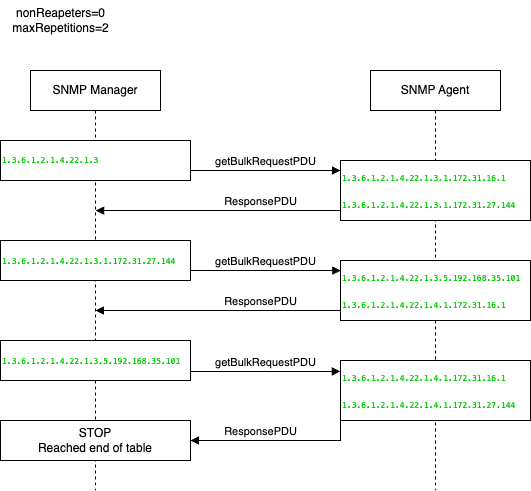
Above: docs/images/request_pdu_flow.png in splunk/splunk-connect-for-snmp (draw.io), before the change. Source tidied: cells renumbered, new cells last; positions are measured from the earlier drawing's top-left corner, leaving out a move shared by most shapes. Its diagram source:
```xml
<mxGraphModel>
  <root>
    <mxCell id="0" />
    <mxCell id="1" parent="0" />
    <mxCell id="2" value="SNMP Manager" style="shape=umlLifeline;perimeter=lifelinePerimeter;whiteSpace=wrap;html=1;newEdgeStyle={&quot;edgeStyle&quot;:&quot;elbowEdgeStyle&quot;,&quot;elbow&quot;:&quot;vertical&quot;,&quot;curved&quot;:0,&quot;rounded&quot;:0};" parent="1" vertex="1">
      <mxGeometry x="30" y="70" width="130" height="420" as="geometry" />
    </mxCell>
    <mxCell id="3" value="SNMP Agent" style="shape=umlLifeline;perimeter=lifelinePerimeter;whiteSpace=wrap;html=1;newEdgeStyle={&quot;edgeStyle&quot;:&quot;elbowEdgeStyle&quot;,&quot;elbow&quot;:&quot;vertical&quot;,&quot;curved&quot;:0,&quot;rounded&quot;:0};" parent="1" vertex="1">
      <mxGeometry x="370" y="70" width="130" height="420" as="geometry" />
    </mxCell>
    <mxCell id="4" value="getBulkRequestPDU" style="html=1;verticalAlign=bottom;endArrow=block;edgeStyle=elbowEdgeStyle;elbow=vertical;curved=0;rounded=0;" parent="1" edge="1">
      <mxGeometry relative="1" as="geometry">
        <mxPoint x="190" y="170" as="sourcePoint" />
        <mxPoint x="340" y="170" as="targetPoint" />
        <Array as="points">
          <mxPoint x="260" y="170" />
        </Array>
      </mxGeometry>
    </mxCell>
    <mxCell id="5" value="ResponsePDU" style="html=1;verticalAlign=bottom;endArrow=block;edgeStyle=elbowEdgeStyle;elbow=vertical;curved=0;rounded=0;" parent="1" edge="1">
      <mxGeometry x="0.07" relative="1" as="geometry">
        <mxPoint x="230" y="210" as="sourcePoint" />
        <mxPoint x="95.2" y="210" as="targetPoint" />
        <Array as="points">
          <mxPoint x="340" y="210" />
          <mxPoint x="240" y="220" />
          <mxPoint x="235" y="240" />
        </Array>
      </mxGeometry>
    </mxCell>
    <mxCell id="6" value="&lt;div style=&quot;font-size: 8px;&quot;&gt;&lt;pre style=&quot;&quot;&gt;&lt;font color=&quot;#00cc00&quot;&gt;1.3.6.1.2.1.4.22.1.3&lt;/font&gt;&lt;br&gt;&lt;/pre&gt;&lt;/div&gt;" style="html=1;whiteSpace=wrap;align=left;" parent="1" vertex="1">
      <mxGeometry y="140" width="190" height="40" as="geometry" />
    </mxCell>
    <mxCell id="7" value="getBulkRequestPDU" style="html=1;verticalAlign=bottom;endArrow=block;edgeStyle=elbowEdgeStyle;elbow=vertical;curved=0;rounded=0;entryX=0.002;entryY=0.157;entryDx=0;entryDy=0;entryPerimeter=0;exitX=1;exitY=0.75;exitDx=0;exitDy=0;" parent="1" edge="1" source="9" target="10">
      <mxGeometry relative="1" as="geometry">
        <Array as="points">
          <mxPoint x="260" y="270" />
        </Array>
      </mxGeometry>
    </mxCell>
    <mxCell id="8" value="&lt;div style=&quot;&quot;&gt;&lt;pre style=&quot;&quot;&gt;&lt;font color=&quot;#00cc00&quot;&gt;&lt;span style=&quot;font-size: 8px;&quot;&gt;1.3.6.1.2.1.4.22.1.3.1.172.31.16.1&lt;/span&gt;&lt;span style=&quot;font-size: 8px;&quot;&gt;&lt;br&gt;&lt;/span&gt;&lt;/font&gt;&lt;/pre&gt;&lt;pre style=&quot;&quot;&gt;&lt;span style=&quot;font-size: 8px;&quot;&gt;&lt;font color=&quot;#00cc00&quot;&gt;1.3.6.1.2.1.4.22.1.3.1.172.31.27.144&lt;/font&gt;&lt;font color=&quot;#ff0000&quot;&gt;&lt;br&gt;&lt;/font&gt;&lt;/span&gt;&lt;/pre&gt;&lt;/div&gt;" style="html=1;whiteSpace=wrap;align=left;" parent="1" vertex="1">
      <mxGeometry x="340" y="160" width="190" height="60" as="geometry" />
    </mxCell>
    <mxCell id="9" value="&lt;div style=&quot;&quot;&gt;&lt;pre style=&quot;&quot;&gt;&lt;div style=&quot;&quot;&gt;&lt;pre style=&quot;&quot;&gt;&lt;span style=&quot;font-size: 8px;&quot;&gt;&lt;font color=&quot;#00cc00&quot;&gt;1.3.6.1.2.1.4.22.1.3.1.172.31.27.144&lt;/font&gt;&lt;/span&gt;&lt;span style=&quot;font-size: 8px;&quot;&gt;&lt;br&gt;&lt;/span&gt;&lt;/pre&gt;&lt;/div&gt;&lt;/pre&gt;&lt;/div&gt;" style="html=1;whiteSpace=wrap;align=left;" parent="1" vertex="1">
      <mxGeometry y="240" width="190" height="40" as="geometry" />
    </mxCell>
    <mxCell id="10" value="&lt;div style=&quot;&quot;&gt;&lt;pre style=&quot;&quot;&gt;&lt;div style=&quot;&quot;&gt;&lt;pre style=&quot;&quot;&gt;&lt;font color=&quot;#00cc00&quot;&gt;&lt;span style=&quot;font-size: 8px;&quot;&gt;1.3.6.1.2.1.4.22.1.3.5.192.168.35.101&lt;/span&gt;&lt;span style=&quot;font-size: 8px;&quot;&gt;&lt;br&gt;&lt;/span&gt;&lt;/font&gt;&lt;/pre&gt;&lt;pre style=&quot;&quot;&gt;&lt;span style=&quot;font-size: 8px;&quot;&gt;&lt;font color=&quot;#00cc00&quot;&gt;1.3.6.1.2.1.4.22.1.4.1.172.31.16.1&lt;/font&gt;&lt;font color=&quot;#ff0000&quot;&gt;&lt;br&gt;&lt;/font&gt;&lt;/span&gt;&lt;/pre&gt;&lt;/div&gt;&lt;/pre&gt;&lt;/div&gt;" style="html=1;whiteSpace=wrap;align=left;" parent="1" vertex="1">
      <mxGeometry x="340" y="260" width="190" height="60" as="geometry" />
    </mxCell>
    <mxCell id="11" value="STOP&lt;div&gt;Reached end of table&lt;/div&gt;" style="rounded=0;whiteSpace=wrap;html=1;" parent="1" vertex="1">
      <mxGeometry y="420" width="190" height="40" as="geometry" />
    </mxCell>
    <mxCell id="12" value="nonReapeters=0&lt;div&gt;maxRepetitions=2&lt;/div&gt;" style="text;html=1;align=center;verticalAlign=middle;strokeColor=none;fillColor=none;" parent="1" vertex="1">
      <mxGeometry width="120" height="40" as="geometry" />
    </mxCell>
    <mxCell id="13" value="&lt;div style=&quot;&quot;&gt;&lt;pre style=&quot;&quot;&gt;&lt;div style=&quot;&quot;&gt;&lt;pre style=&quot;&quot;&gt;&lt;span style=&quot;font-size: 8px;&quot;&gt;&lt;font color=&quot;#00cc00&quot;&gt;1.3.6.1.2.1.4.22.1.3.5.192.168.35.101&lt;/font&gt;&lt;/span&gt;&lt;span style=&quot;font-size: 8px;&quot;&gt;&lt;br&gt;&lt;/span&gt;&lt;/pre&gt;&lt;/div&gt;&lt;/pre&gt;&lt;/div&gt;" style="html=1;whiteSpace=wrap;align=left;" parent="1" vertex="1">
      <mxGeometry y="340" width="190" height="40" as="geometry" />
    </mxCell>
    <mxCell id="14" value="&lt;div style=&quot;&quot;&gt;&lt;pre style=&quot;&quot;&gt;&lt;div style=&quot;&quot;&gt;&lt;pre style=&quot;&quot;&gt;&lt;font color=&quot;#00cc00&quot;&gt;&lt;span style=&quot;font-size: 8px;&quot;&gt;1.3.6.1.2.1.4.22.1.4.1.172.31.16.1&lt;/span&gt;&lt;br&gt;&lt;/font&gt;&lt;/pre&gt;&lt;pre style=&quot;&quot;&gt;&lt;span style=&quot;font-size: 8px;&quot;&gt;&lt;font color=&quot;#00cc00&quot;&gt;1.3.6.1.2.1.4.22.1.4.1.172.31.27.144&lt;/font&gt;&lt;font color=&quot;#ff0000&quot;&gt;&lt;br&gt;&lt;/font&gt;&lt;/span&gt;&lt;/pre&gt;&lt;/div&gt;&lt;/pre&gt;&lt;/div&gt;" style="html=1;whiteSpace=wrap;align=left;" parent="1" vertex="1">
      <mxGeometry x="340" y="360" width="190" height="60" as="geometry" />
    </mxCell>
    <mxCell id="15" value="ResponsePDU" style="html=1;verticalAlign=bottom;endArrow=block;edgeStyle=elbowEdgeStyle;elbow=vertical;curved=0;rounded=0;" parent="1" edge="1">
      <mxGeometry x="0.07" relative="1" as="geometry">
        <mxPoint x="230" y="310" as="sourcePoint" />
        <mxPoint x="95" y="310" as="targetPoint" />
        <Array as="points">
          <mxPoint x="340" y="310" />
          <mxPoint x="240" y="320" />
          <mxPoint x="235" y="340" />
        </Array>
      </mxGeometry>
    </mxCell>
    <mxCell id="16" value="getBulkRequestPDU" style="html=1;verticalAlign=bottom;endArrow=block;edgeStyle=elbowEdgeStyle;elbow=vertical;curved=0;rounded=0;exitX=1;exitY=0.75;exitDx=0;exitDy=0;entryX=-0.001;entryY=0.187;entryDx=0;entryDy=0;entryPerimeter=0;" parent="1" edge="1" target="14">
      <mxGeometry relative="1" as="geometry">
        <mxPoint x="190" y="371" as="sourcePoint" />
        <Array as="points">
          <mxPoint x="260" y="371" />
        </Array>
      </mxGeometry>
    </mxCell>
    <mxCell id="17" value="ResponsePDU" style="html=1;verticalAlign=bottom;endArrow=block;edgeStyle=elbowEdgeStyle;elbow=vertical;curved=0;rounded=0;exitX=0;exitY=1;exitDx=0;exitDy=0;entryX=1;entryY=0.5;entryDx=0;entryDy=0;" parent="1" edge="1" target="11">
      <mxGeometry x="0.22" relative="1" as="geometry">
        <mxPoint x="340" y="410" as="sourcePoint" />
        <Array as="points">
          <mxPoint x="280" y="440" />
          <mxPoint x="240" y="419.7" />
          <mxPoint x="235" y="439.7" />
        </Array>
      </mxGeometry>
    </mxCell>
  </root>
</mxGraphModel>
```
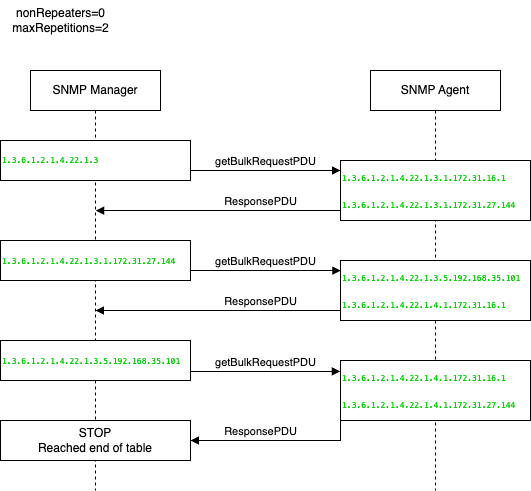
After the change.

The edit, as a diff of the source:
```diff
@@ -50,7 +50,7 @@
     <mxCell id="11" value="STOP&lt;div&gt;Reached end of table&lt;/div&gt;" style="rounded=0;whiteSpace=wrap;html=1;" parent="1" vertex="1">
       <mxGeometry y="420" width="190" height="40" as="geometry" />
     </mxCell>
-    <mxCell id="12" value="nonReapeters=0&lt;div&gt;maxRepetitions=2&lt;/div&gt;" style="text;html=1;align=center;verticalAlign=middle;strokeColor=none;fillColor=none;" parent="1" vertex="1">
+    <mxCell id="12" value="nonRepeaters=0&lt;div&gt;maxRepetitions=2&lt;/div&gt;" style="text;html=1;align=center;verticalAlign=middle;strokeColor=none;fillColor=none;" parent="1" vertex="1">
       <mxGeometry width="120" height="40" as="geometry" />
     </mxCell>
     <mxCell id="13" value="&lt;div style=&quot;&quot;&gt;&lt;pre style=&quot;&quot;&gt;&lt;div style=&quot;&quot;&gt;&lt;pre style=&quot;&quot;&gt;&lt;span style=&quot;font-size: 8px;&quot;&gt;&lt;font color=&quot;#00cc00&quot;&gt;1.3.6.1.2.1.4.22.1.3.5.192.168.35.101&lt;/font&gt;&lt;/span&gt;&lt;span style=&quot;font-size: 8px;&quot;&gt;&lt;br&gt;&lt;/span&gt;&lt;/pre&gt;&lt;/div&gt;&lt;/pre&gt;&lt;/div&gt;" style="html=1;whiteSpace=wrap;align=left;" parent="1" vertex="1">
```
